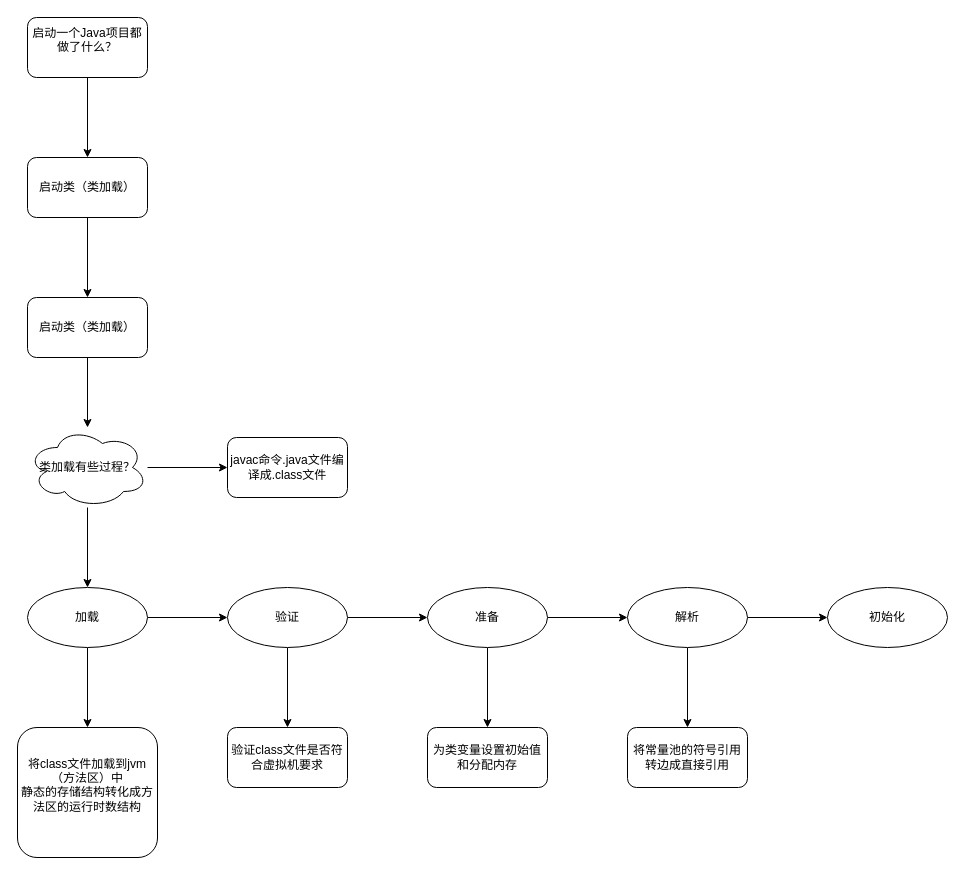
lq460541033/draw_dev keeps this draw.io diagram as java学习/类加载过程.drawio. Above is the earlier version. Source tidied: cells renumbered, new cells numbered last; positions are measured from the earlier drawing's top-left corner, leaving out a move shared by most shapes. Both pictures are drawn from the tidied source at 100%, with x=0, y=0 at pixel (17, 17).
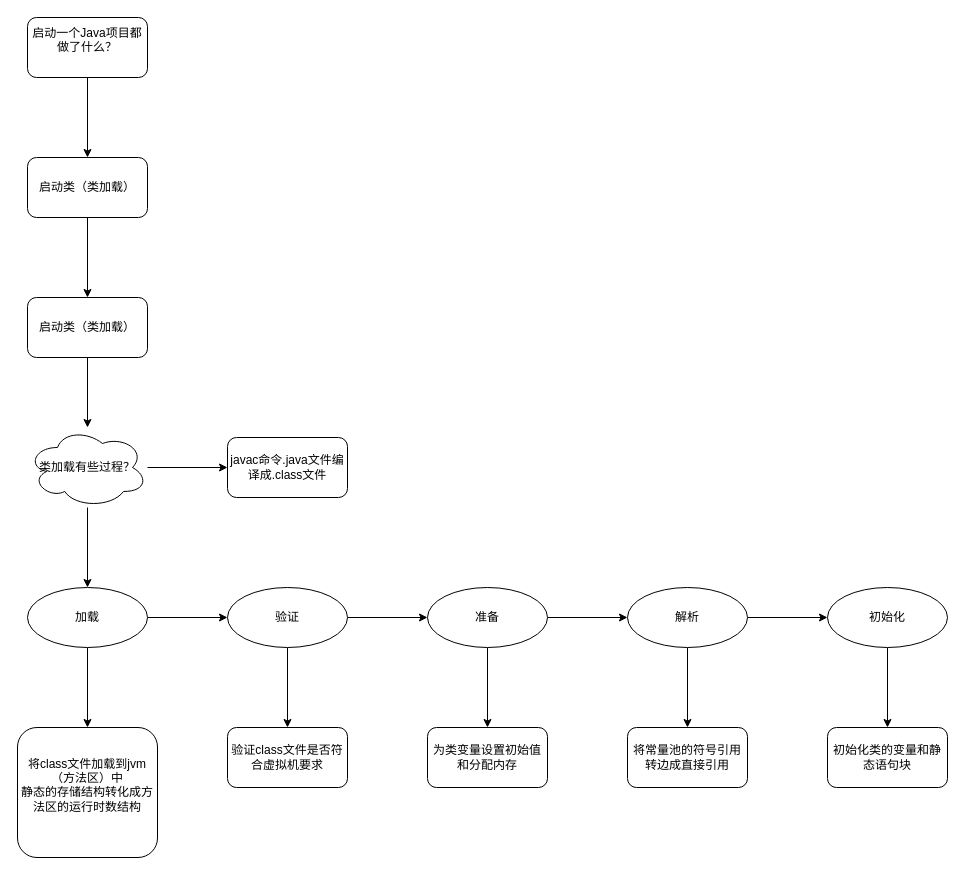
After the change.

Commit message (it also covers changes not shown here):
Update 类加载过程.drawio

The change refers to these unchanged cells:
```xml
<mxCell id="23" value="初始化" style="ellipse;whiteSpace=wrap;html=1;rounded=1;" parent="1" vertex="1">
  <mxGeometry x="810" y="570" width="120" height="60" as="geometry" />
</mxCell>
```

Diff of the diagram source:
```diff
@@
+    <mxCell id="29" style="edgeStyle=orthogonalEdgeStyle;rounded=0;jettySize=auto;html=1;" parent="1" edge="1" source="23" target="30">
+      <mxGeometry relative="1" as="geometry" />
+    </mxCell>
@@
+    <mxCell id="30" value="初始化类的变量和静态语句块" style="whiteSpace=wrap;html=1;rounded=1;" parent="1" vertex="1">
+      <mxGeometry x="810" y="710" width="120" height="60" as="geometry" />
+    </mxCell>
```
